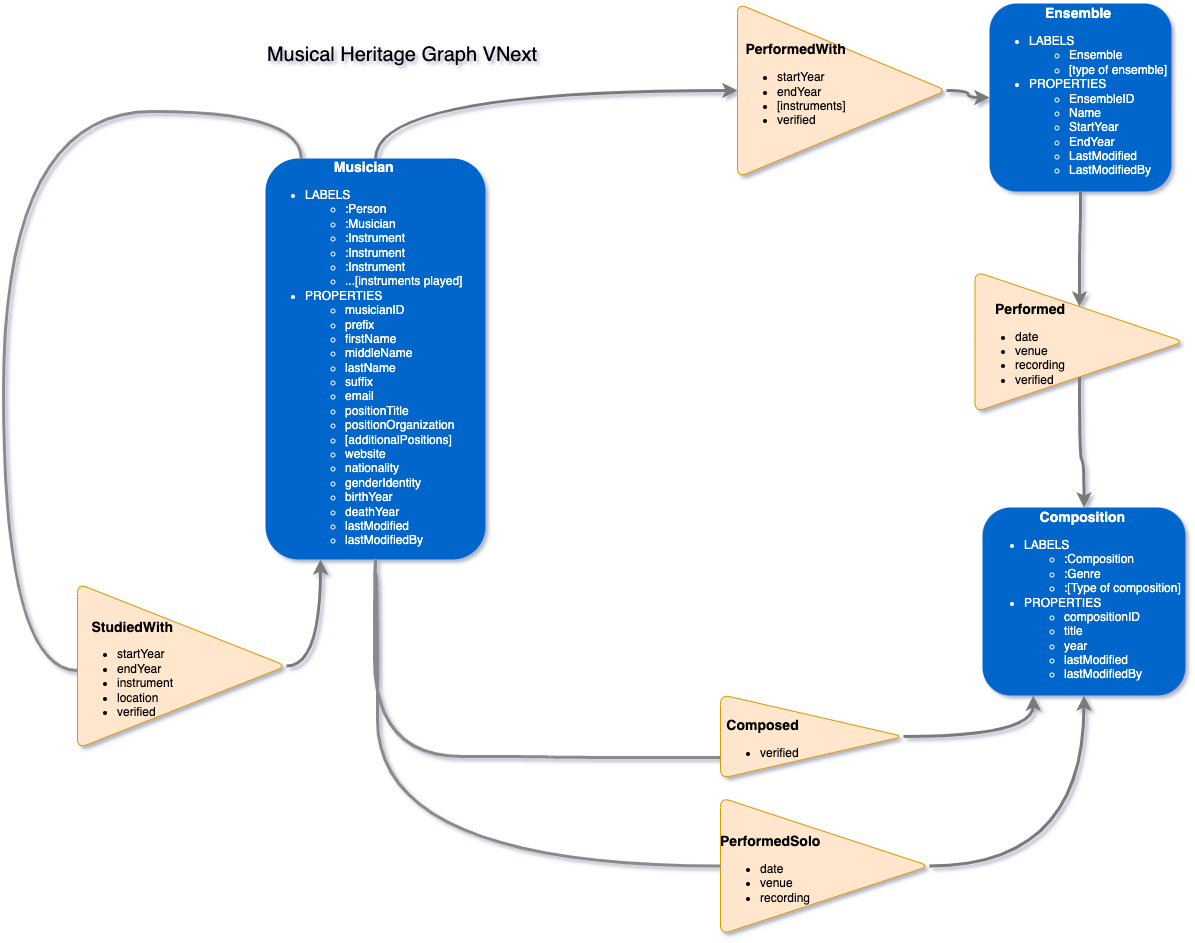
Before: README.assets/Musical Heritage Model-VNext.png, a diagram exported from draw.io (greyshore/MusicTree.Me). Source tidied: cells renumbered, new cells last; positions are measured from the earlier drawing's top-left corner, leaving out a move shared by most shapes.
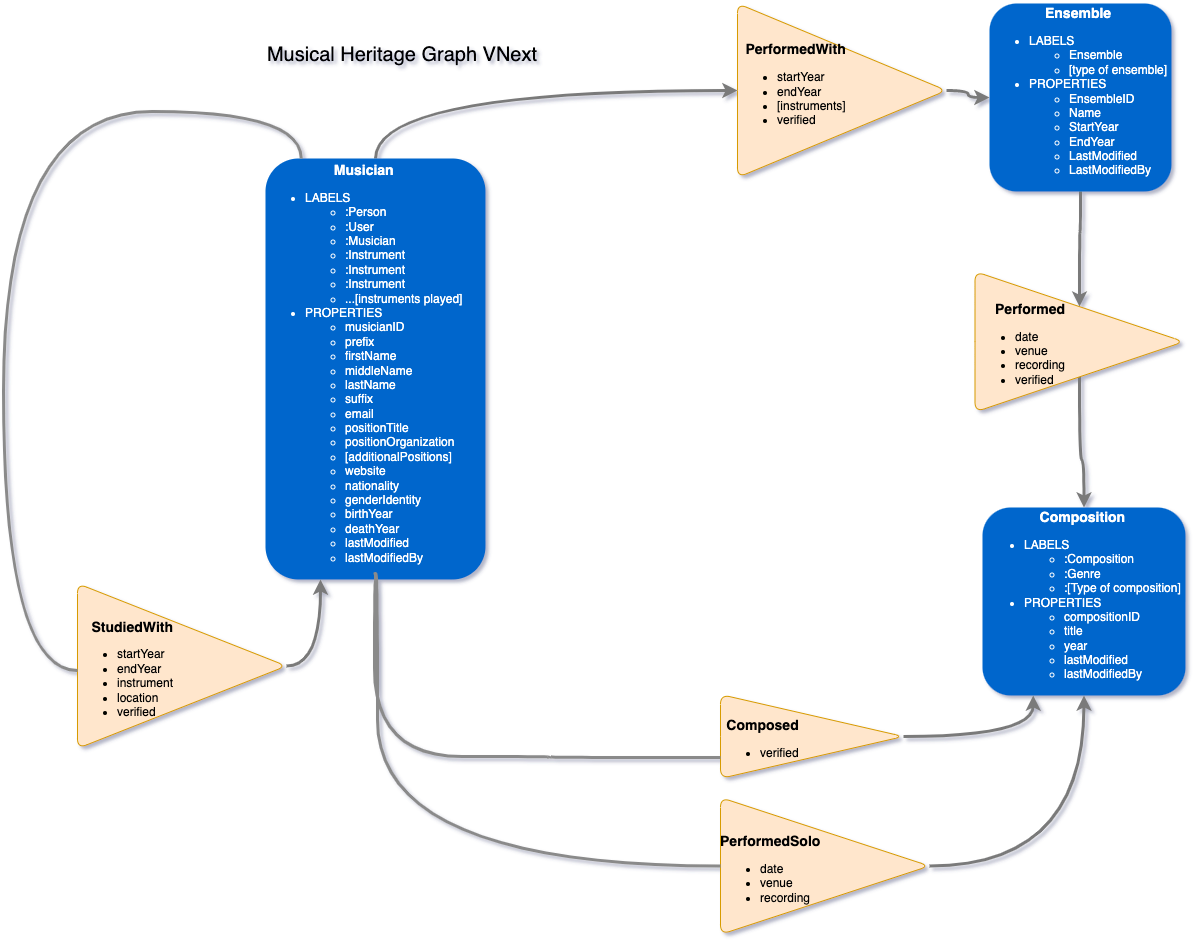
Later version of the same file.

Commit message:
paula #10 spike and ADR, graph data model updates

What changed in the source:
```diff
@@ -5,8 +5,8 @@
     <mxCell id="2" style="edgeStyle=orthogonalEdgeStyle;curved=1;rounded=0;jettySize=auto;html=1;entryX=0;entryY=0.5;entryDx=0;entryDy=0;fontSize=20;strokeColor=#7A7A7A;strokeWidth=3;exitX=0.5;exitY=0;exitDx=0;exitDy=0;" parent="1" edge="1" source="3" target="12">
       <mxGeometry relative="1" as="geometry" />
     </mxCell>
-    <mxCell id="3" value="&lt;div style=&quot;text-align: center&quot;&gt;&lt;b&gt;&lt;font style=&quot;font-size: 14px&quot;&gt;Musician&lt;/font&gt;&lt;/b&gt;&lt;/div&gt;&lt;ul&gt;&lt;li&gt;LABELS&lt;/li&gt;&lt;ul&gt;&lt;li&gt;:Person&lt;/li&gt;&lt;li&gt;:Musician&lt;/li&gt;&lt;li&gt;:Instrument&lt;/li&gt;&lt;li&gt;:Instrument&lt;/li&gt;&lt;li&gt;:Instrument&lt;/li&gt;&lt;li&gt;...[instruments played]&lt;/li&gt;&lt;/ul&gt;&lt;li&gt;PROPERTIES&lt;/li&gt;&lt;ul&gt;&lt;li&gt;musicianID&lt;/li&gt;&lt;li&gt;prefix&lt;/li&gt;&lt;li&gt;firstName&lt;/li&gt;&lt;li&gt;middleName&lt;/li&gt;&lt;li&gt;lastName&lt;/li&gt;&lt;li&gt;suffix&lt;/li&gt;&lt;li&gt;email&lt;/li&gt;&lt;li&gt;positionTitle&lt;/li&gt;&lt;li&gt;positionOrganization&lt;/li&gt;&lt;li&gt;[additionalPositions]&lt;/li&gt;&lt;li&gt;website&lt;/li&gt;&lt;li&gt;nationality&lt;/li&gt;&lt;li&gt;genderIdentity&lt;/li&gt;&lt;li&gt;birthYear&lt;/li&gt;&lt;li&gt;deathYear&lt;/li&gt;&lt;li&gt;lastModified&lt;/li&gt;&lt;li&gt;lastModifiedBy&lt;/li&gt;&lt;/ul&gt;&lt;/ul&gt;" style="rounded=1;fillColor=#0066CC;strokeColor=none;strokeWidth=3;shadow=0;html=1;fontColor=#FFFFFF;spacing=0;align=left;" parent="1" vertex="1">
-      <mxGeometry x="262" y="155" width="220" height="401" as="geometry" />
+    <mxCell id="3" value="&lt;div style=&quot;text-align: center&quot;&gt;&lt;b&gt;&lt;font style=&quot;font-size: 14px&quot;&gt;Musician&lt;/font&gt;&lt;/b&gt;&lt;/div&gt;&lt;ul&gt;&lt;li&gt;LABELS&lt;/li&gt;&lt;ul&gt;&lt;li&gt;:Person&lt;/li&gt;&lt;li&gt;:User&lt;/li&gt;&lt;li&gt;:Musician&lt;/li&gt;&lt;li&gt;:Instrument&lt;/li&gt;&lt;li&gt;:Instrument&lt;/li&gt;&lt;li&gt;:Instrument&lt;/li&gt;&lt;li&gt;...[instruments played]&lt;/li&gt;&lt;/ul&gt;&lt;li&gt;PROPERTIES&lt;/li&gt;&lt;ul&gt;&lt;li&gt;musicianID&lt;/li&gt;&lt;li&gt;prefix&lt;/li&gt;&lt;li&gt;firstName&lt;/li&gt;&lt;li&gt;middleName&lt;/li&gt;&lt;li&gt;lastName&lt;/li&gt;&lt;li&gt;suffix&lt;/li&gt;&lt;li&gt;email&lt;/li&gt;&lt;li&gt;positionTitle&lt;/li&gt;&lt;li&gt;positionOrganization&lt;/li&gt;&lt;li&gt;[additionalPositions]&lt;/li&gt;&lt;li&gt;website&lt;/li&gt;&lt;li&gt;nationality&lt;/li&gt;&lt;li&gt;genderIdentity&lt;/li&gt;&lt;li&gt;birthYear&lt;/li&gt;&lt;li&gt;deathYear&lt;/li&gt;&lt;li&gt;lastModified&lt;/li&gt;&lt;li&gt;lastModifiedBy&lt;/li&gt;&lt;/ul&gt;&lt;/ul&gt;" style="rounded=1;fillColor=#0066CC;strokeColor=none;strokeWidth=3;shadow=0;html=1;fontColor=#FFFFFF;spacing=0;align=left;" parent="1" vertex="1">
+      <mxGeometry x="262" y="155" width="220" height="421" as="geometry" />
     </mxCell>
     <mxCell id="4" style="edgeStyle=orthogonalEdgeStyle;rounded=0;jettySize=auto;html=1;exitX=1;exitY=0.5;exitDx=0;exitDy=0;entryX=0.25;entryY=1;entryDx=0;entryDy=0;curved=1;strokeColor=#7A7A7A;strokeWidth=3;" parent="1" edge="1" source="5" target="3">
       <mxGeometry relative="1" as="geometry" />
```
